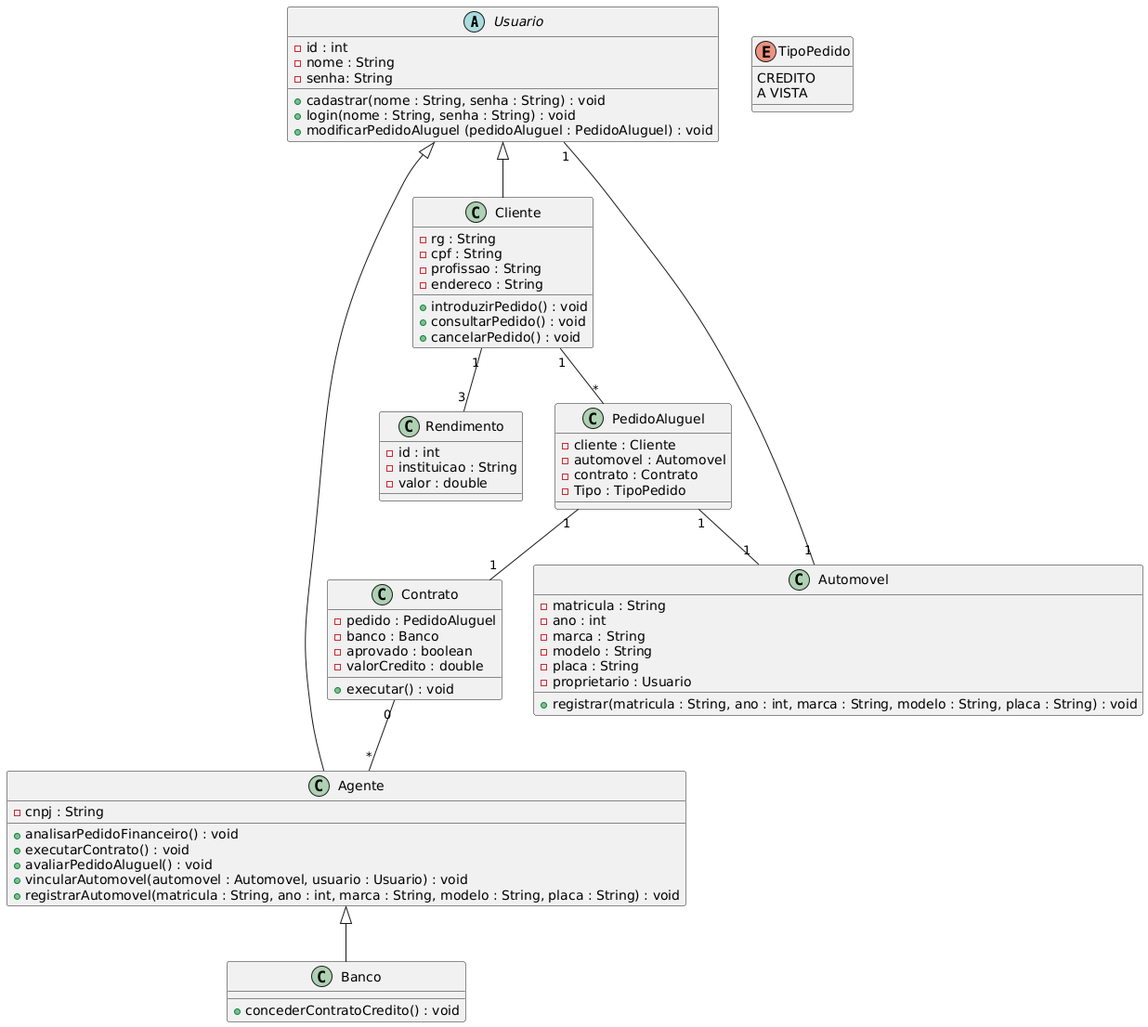
Above: project/img/classdiagram.png in iannovais/LDS-aluguel-de-veiculos (PlantUML), before the change.
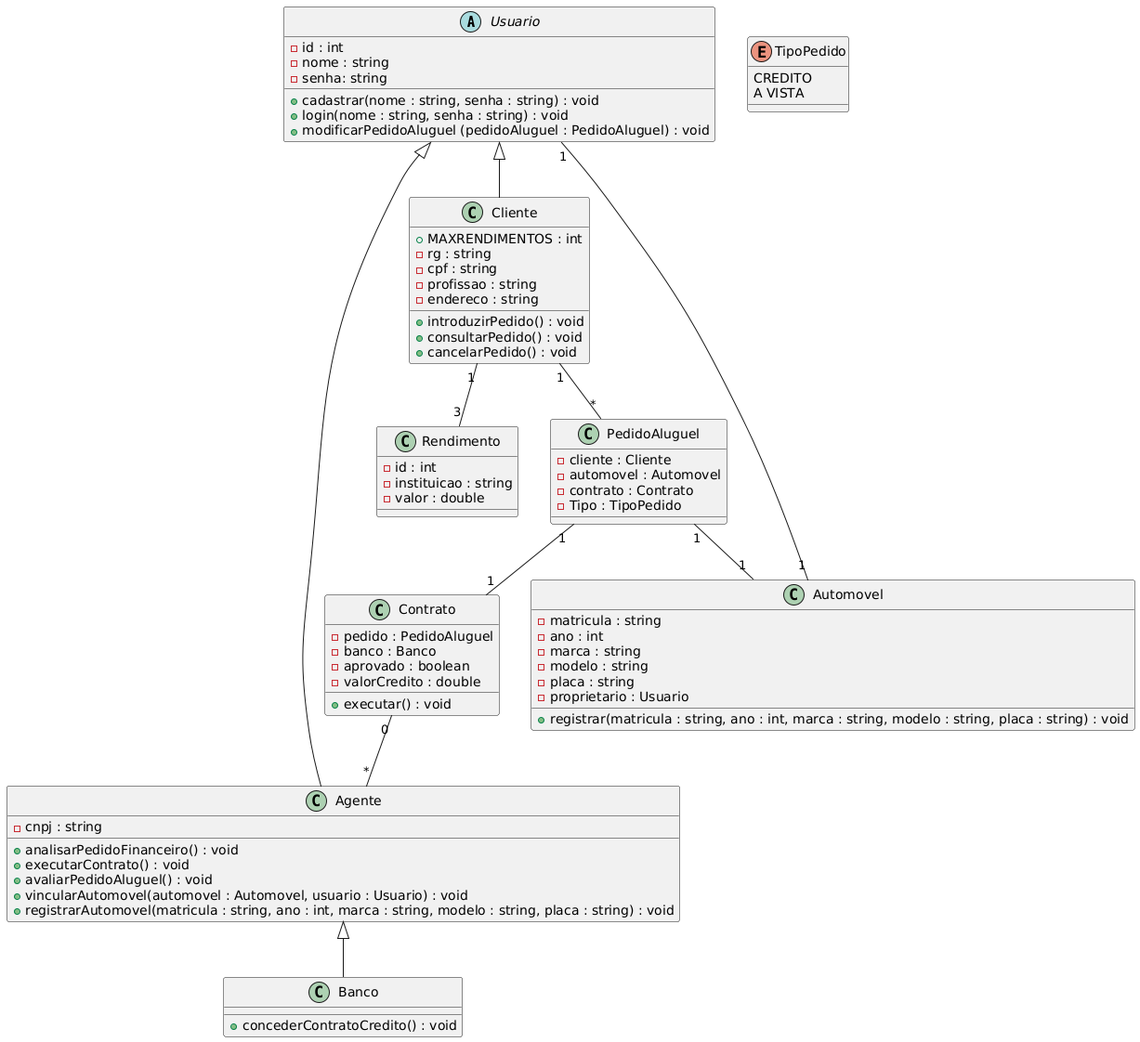
The same diagram one commit later.

Change to the diagram source:
```diff
@@ -1,25 +1,26 @@
 @startuml
 abstract class Usuario {
     - id : int
-    - nome : String
-    - senha: String
+    - nome : string
+    - senha: string
 
-    + cadastrar(nome : String, senha : String) : void
-    + login(nome : String, senha : String) : void
+    + cadastrar(nome : string, senha : string) : void
+    + login(nome : string, senha : string) : void
     + modificarPedidoAluguel (pedidoAluguel : PedidoAluguel) : void
 }
 
 class Rendimento {
     - id : int
-    - instituicao : String
+    - instituicao : string
     - valor : double
 }
 
 class Cliente extends Usuario {
-    - rg : String
-    - cpf : String
-    - profissao : String
-    - endereco : String
+    + MAXRENDIMENTOS : int
+    - rg : string
+    - cpf : string
+    - profissao : string
+    - endereco : string
 
     + introduzirPedido() : void
     + consultarPedido() : void
@@ -27,13 +28,13 @@
 }
 
 class Agente extends Usuario {
-    - cnpj : String
+    - cnpj : string
 
     + analisarPedidoFinanceiro() : void
     + executarContrato() : void
     + avaliarPedidoAluguel() : void
     + vincularAutomovel(automovel : Automovel, usuario : Usuario) : void
-    + registrarAutomovel(matricula : String, ano : int, marca : String, modelo : String, placa : String) : void
+    + registrarAutomovel(matricula : string, ano : int, marca : string, modelo : string, placa : string) : void
 }
 
 
@@ -54,14 +55,14 @@
 }
 
 class Automovel {
-    - matricula : String
+    - matricula : string
     - ano : int
-    - marca : String
-    - modelo : String
-    - placa : String
+    - marca : string
+    - modelo : string
+    - placa : string
     - proprietario : Usuario
 
-    + registrar(matricula : String, ano : int, marca : String, modelo : String, placa : String) : void
+    + registrar(matricula : string, ano : int, marca : string, modelo : string, placa : string) : void
 }
 
 class Contrato {
```
